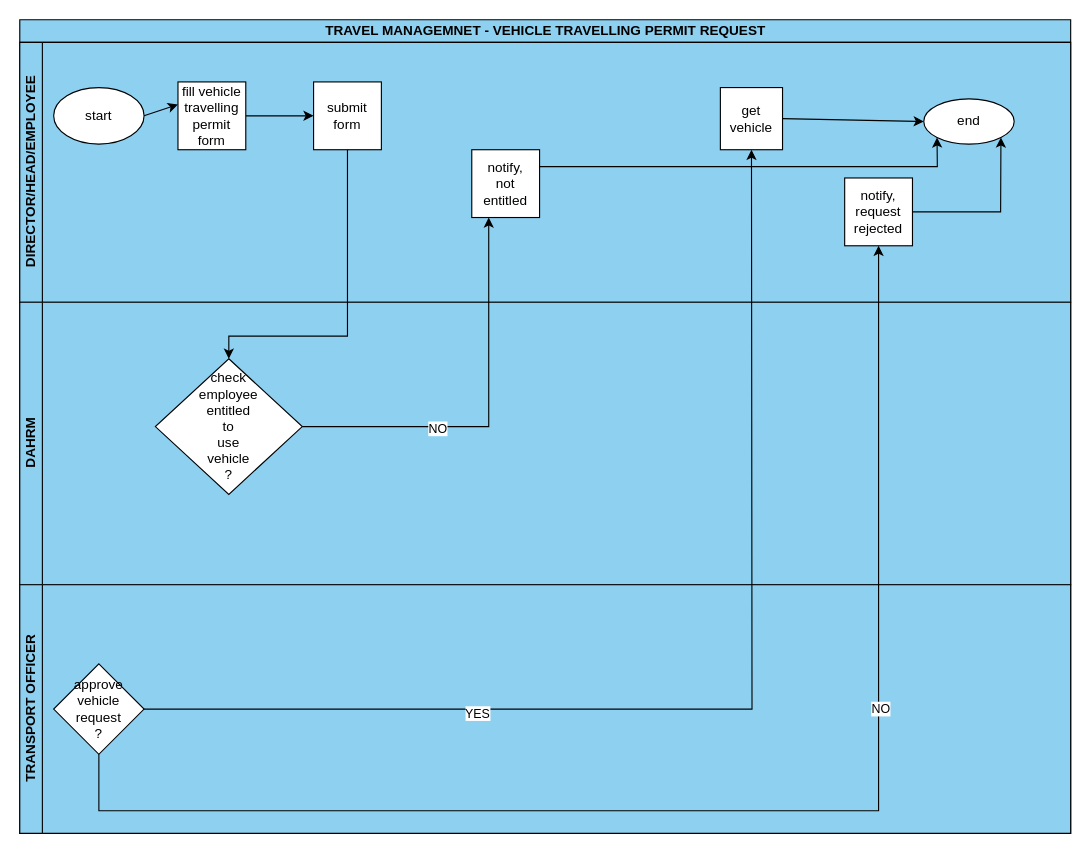
The draw.io diagram wajibika/vehicle-travelling-permit.drawio in MbalamulaS/tech-diagrams, before the edit. Source tidied: cells renumbered, new cells numbered last; positions are measured from the earlier drawing's top-left corner, leaving out a move shared by most shapes. Both pictures are drawn from the tidied source at 113%, with x=0, y=0 at pixel (19, 19).
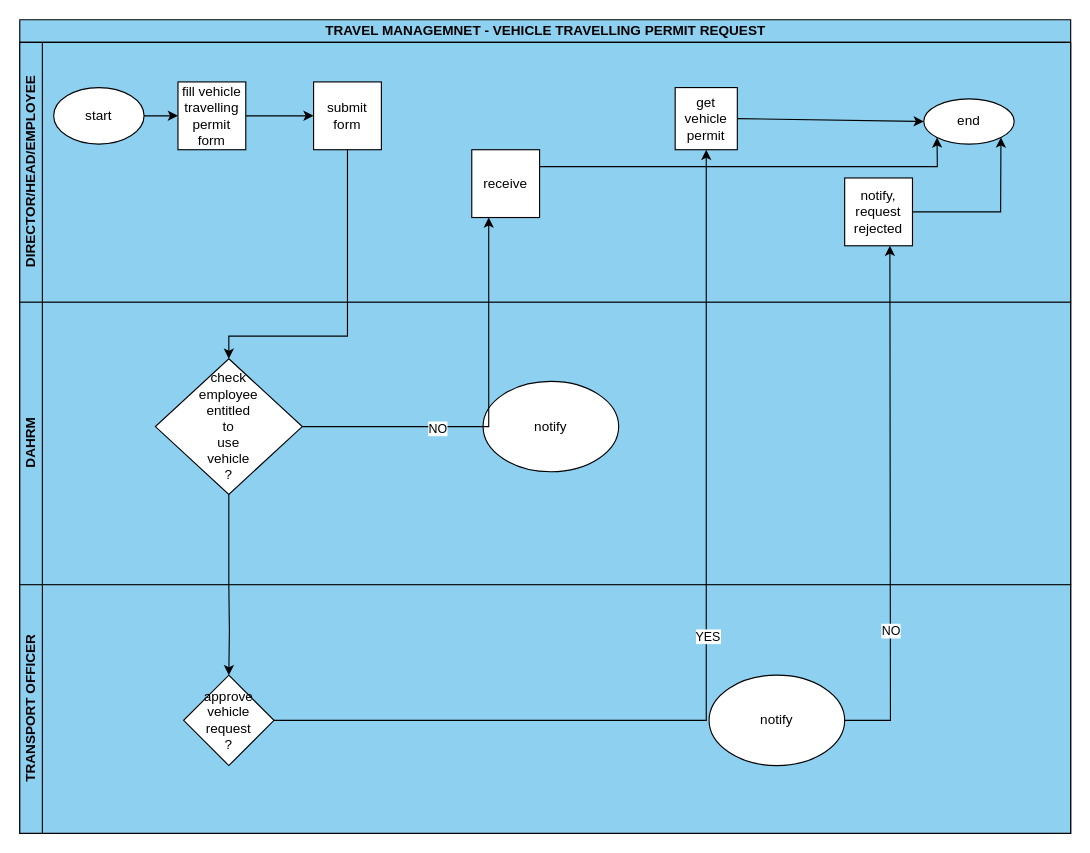
Above is the later version.

Unchanged cells that the change refers to:
```xml
<mxCell id="2" value="TRAVEL MANAGEMNET - VEHICLE TRAVELLING PERMIT REQUEST" style="swimlane;horizontal=1;startSize=20;html=1;fillColor=#8ED0F0;" parent="1" vertex="1">
  <mxGeometry width="930" height="720" as="geometry" />
</mxCell>
<mxCell id="3" value="DIRECTOR/HEAD/EMPLOYEE" style="swimlane;startSize=20;horizontal=0;html=1;swimlaneFillColor=#8ed0f0;fillColor=#8ed0f0;" parent="2" vertex="1">
  <mxGeometry y="20" width="930" height="230" as="geometry" />
</mxCell>
<mxCell id="4" value="start" style="ellipse;whiteSpace=wrap;html=1;" parent="3" vertex="1">
  <mxGeometry x="30" y="40" width="80" height="50" as="geometry" />
</mxCell>
<mxCell id="6" value="&lt;div&gt;fill vehicle&lt;/div&gt;&lt;div&gt;travelling&lt;/div&gt;&lt;div&gt;permit&lt;/div&gt;&lt;div&gt;form&lt;br&gt;&lt;/div&gt;" style="whiteSpace=wrap;html=1;" parent="3" vertex="1">
  <mxGeometry x="140" y="35" width="60" height="60" as="geometry" />
</mxCell>
<mxCell id="13" value="&lt;div&gt;notify,&lt;/div&gt;&lt;div&gt;request&lt;/div&gt;&lt;div&gt;rejected&lt;br&gt;&lt;/div&gt;" style="whiteSpace=wrap;html=1;" parent="3" vertex="1">
  <mxGeometry x="730" y="120" width="60" height="60" as="geometry" />
</mxCell>
<mxCell id="15" value="DAHRM" style="swimlane;startSize=20;horizontal=0;html=1;swimlaneFillColor=#8ED0F0;fillColor=#8ed0f0;" parent="2" vertex="1">
  <mxGeometry y="250" width="930" height="250" as="geometry" />
</mxCell>
<mxCell id="16" value="&lt;div&gt;check&lt;/div&gt;&lt;div&gt;employee&lt;/div&gt;&lt;div&gt;entitled&lt;/div&gt;&lt;div&gt;to &lt;br&gt;&lt;/div&gt;&lt;div&gt;use&lt;/div&gt;&lt;div&gt;vehicle&lt;/div&gt;&lt;div&gt;?&lt;br&gt;&lt;/div&gt;" style="rhombus;whiteSpace=wrap;html=1;" parent="15" vertex="1">
  <mxGeometry x="120" y="50" width="130" height="120" as="geometry" />
</mxCell>
```

The edit, as a diff of the source:
```diff
@@
+    <mxCell id="27" style="edgeStyle=orthogonalEdgeStyle;rounded=0;jettySize=auto;html=1;" parent="3" edge="1" source="4" target="6">
+      <mxGeometry relative="1" as="geometry" />
+    </mxCell>
@@
-    <mxCell id="9" value="&lt;div&gt;notify,&lt;/div&gt;&lt;div&gt;not&lt;/div&gt;&lt;div&gt;entitled&lt;br&gt;&lt;/div&gt;" style="whiteSpace=wrap;html=1;" parent="3" vertex="1">
+    <mxCell id="9" value="&lt;div&gt;receive&lt;/div&gt;" style="whiteSpace=wrap;html=1;" parent="3" vertex="1">
       <mxGeometry x="400" y="95" width="60" height="60" as="geometry" />
     </mxCell>
@@
-    <mxCell id="11" value="&lt;div&gt;get&lt;/div&gt;&lt;div&gt;vehicle&lt;br&gt;&lt;/div&gt;" style="whiteSpace=wrap;html=1;" parent="3" vertex="1">
-      <mxGeometry x="620" y="40" width="55" height="55" as="geometry" />
+    <mxCell id="11" value="&lt;div&gt;get&lt;/div&gt;&lt;div&gt;vehicle&lt;br&gt;&lt;/div&gt;&lt;div&gt;permit&lt;/div&gt;" style="whiteSpace=wrap;html=1;" parent="3" vertex="1">
+      <mxGeometry x="580" y="40" width="55" height="55" as="geometry" />
     </mxCell>
@@
+    <mxCell id="28" style="edgeStyle=orthogonalEdgeStyle;rounded=0;jettySize=auto;html=1;" parent="15" edge="1" source="16">
+      <mxGeometry relative="1" as="geometry">
+        <mxPoint x="185" y="330" as="targetPoint" />
+      </mxGeometry>
+    </mxCell>
@@
-    <mxCell id="17" value="TRANSPORT OFFICER" style="swimlane;startSize=20;horizontal=0;html=1;swimlaneFillColor=#8ED0F0;fillColor=#8ed0f0;" parent="2" vertex="1">
-      <mxGeometry y="500" width="930" height="220" as="geometry" />
-    </mxCell>
-    <mxCell id="18" value="&lt;div&gt;approve&lt;/div&gt;&lt;div&gt;vehicle&lt;/div&gt;&lt;div&gt;request&lt;/div&gt;&lt;div&gt;?&lt;br&gt;&lt;/div&gt;" style="rhombus;whiteSpace=wrap;html=1;" parent="17" vertex="1">
-      <mxGeometry x="30" y="70" width="80" height="80" as="geometry" />
-    </mxCell>
+    <mxCell id="29" value="notify" style="ellipse;whiteSpace=wrap;html=1;" parent="15" vertex="1">
+      <mxGeometry x="410" y="70" width="120" height="80" as="geometry" />
+    </mxCell>
@@
+    <mxCell id="17" value="TRANSPORT OFFICER" style="swimlane;startSize=20;horizontal=0;html=1;swimlaneFillColor=#8ED0F0;fillColor=#8ed0f0;" parent="2" vertex="1">
+      <mxGeometry y="500" width="930" height="220" as="geometry" />
+    </mxCell>
+    <mxCell id="30" style="edgeStyle=orthogonalEdgeStyle;rounded=0;jettySize=auto;html=1;" parent="17" edge="1" target="18">
+      <mxGeometry relative="1" as="geometry">
+        <mxPoint x="185" as="sourcePoint" />
+      </mxGeometry>
+    </mxCell>
+    <mxCell id="18" value="&lt;div&gt;approve&lt;/div&gt;&lt;div&gt;vehicle&lt;/div&gt;&lt;div&gt;request&lt;/div&gt;&lt;div&gt;?&lt;br&gt;&lt;/div&gt;" style="rhombus;whiteSpace=wrap;html=1;" parent="17" vertex="1">
+      <mxGeometry x="145" y="80" width="80" height="80" as="geometry" />
+    </mxCell>
+    <mxCell id="31" style="edgeStyle=orthogonalEdgeStyle;rounded=0;jettySize=auto;html=1;" parent="17" edge="1" source="32">
+      <mxGeometry relative="1" as="geometry">
+        <mxPoint x="770" y="-300" as="targetPoint" />
+      </mxGeometry>
+    </mxCell>
+    <mxCell id="25" value="NO" style="edgeLabel;html=1;align=center;verticalAlign=middle;" parent="31" vertex="1">
+      <mxGeometry x="-0.48" relative="1" as="geometry" />
+    </mxCell>
+    <mxCell id="32" value="notify" style="ellipse;whiteSpace=wrap;html=1;" parent="17" vertex="1">
+      <mxGeometry x="610" y="80" width="120" height="80" as="geometry" />
+    </mxCell>
-    <mxCell id="22" style="endArrow=classic;html=1;rounded=0;exitX=1;exitY=0.5;exitDx=0;exitDy=0;" parent="2" edge="1" source="18" target="11">
-      <mxGeometry relative="1" as="geometry">
-        <Array as="points">
-          <mxPoint x="648" y="610" />
-        </Array>
-      </mxGeometry>
+    <mxCell id="22" style="edgeStyle=orthogonalEdgeStyle;rounded=0;jettySize=auto;html=1;entryX=0.5;entryY=1;entryDx=0;entryDy=0;" parent="2" edge="1" source="18" target="11">
+      <mxGeometry relative="1" as="geometry" />
     </mxCell>
     <mxCell id="23" value="YES" style="edgeLabel;html=1;align=center;verticalAlign=middle;" parent="22" vertex="1">
-      <mxGeometry x="-0.43" y="-3" relative="1" as="geometry" />
+      <mxGeometry x="0.03" y="-1" relative="1" as="geometry" />
     </mxCell>
-    <mxCell id="24" style="endArrow=classic;html=1;rounded=0;exitX=0.5;exitY=1;exitDx=0;exitDy=0;entryX=0.5;entryY=1;entryDx=0;entryDy=0;" parent="2" edge="1" source="18" target="13">
-      <mxGeometry relative="1" as="geometry">
-        <Array as="points">
-          <mxPoint x="70" y="700" />
-          <mxPoint x="760" y="700" />
-        </Array>
-      </mxGeometry>
-    </mxCell>
-    <mxCell id="25" value="NO" style="edgeLabel;html=1;align=center;verticalAlign=middle;" parent="24" vertex="1">
-      <mxGeometry x="0.34" y="-1" relative="1" as="geometry" />
-    </mxCell>
-    <mxCell id="26" style="endArrow=classic;html=1;rounded=0;exitX=1;exitY=0.5;exitDx=0;exitDy=0;" parent="1" edge="1" source="4">
-      <mxGeometry relative="1" as="geometry">
-        <mxPoint x="140" y="75" as="targetPoint" />
-      </mxGeometry>
-    </mxCell>
```
